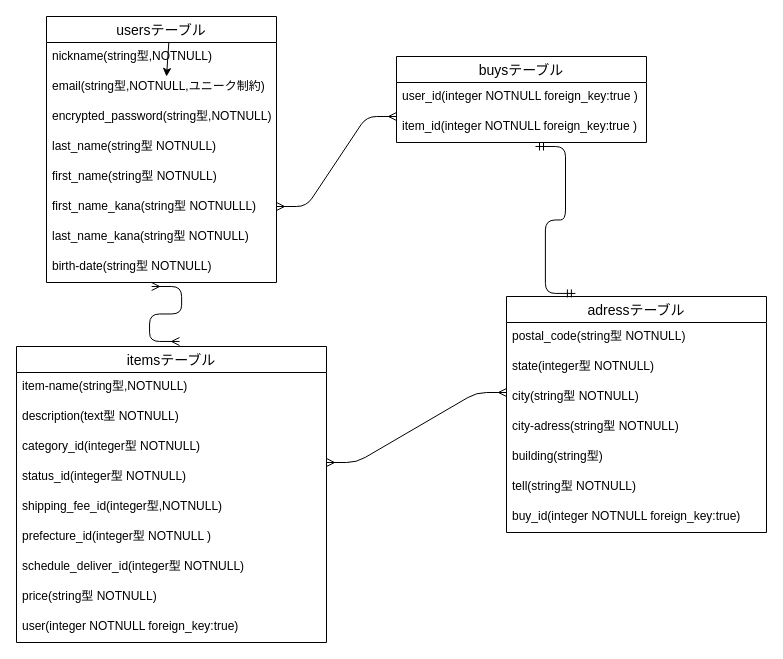
mintia0743/furima-40376 keeps this draw.io diagram as read me.dio. Above is the earlier version. Source tidied: cells renumbered, new cells numbered last; positions are measured from the earlier drawing's top-left corner, leaving out a move shared by most shapes. Both pictures are drawn from the tidied source at 100%, with x=0, y=0 at pixel (16, 16).
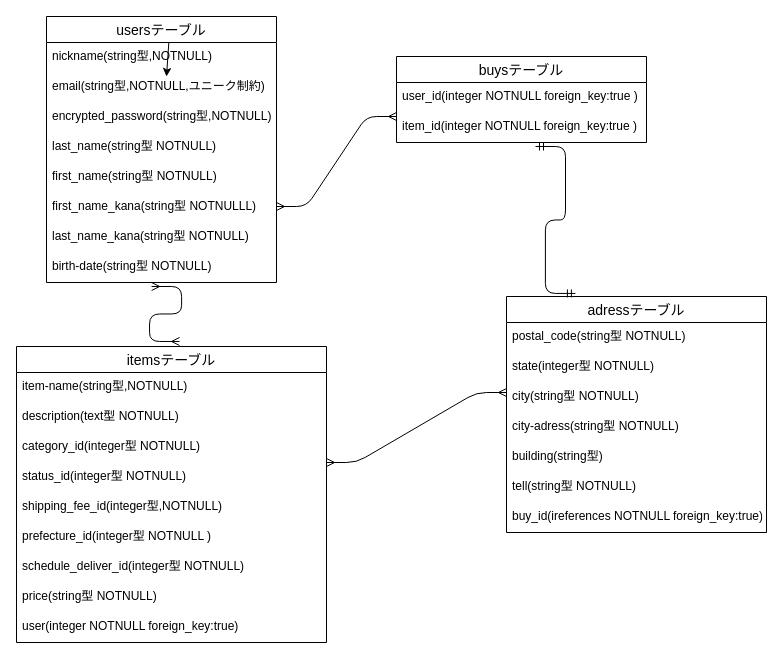
After the change.

The change refers to these unchanged cells:
```xml
<mxCell id="12" value="adressテーブル" style="swimlane;fontStyle=0;horizontal=1;startSize=26;align=center;fontSize=14;" parent="1" vertex="1">
  <mxGeometry x="490" y="280" width="260" height="236" as="geometry" />
</mxCell>
```

Change to the diagram source:
```diff
@@
-    <mxCell id="19" value="buy_id(integer NOTNULL foreign_key:true)" style="text;strokeColor=none;fillColor=none;spacingLeft=4;spacingRight=4;overflow=hidden;fontSize=12;" parent="12" vertex="1">
+    <mxCell id="19" value="buy_id(ireferences NOTNULL foreign_key:true)" style="text;strokeColor=none;fillColor=none;spacingLeft=4;spacingRight=4;overflow=hidden;fontSize=12;" parent="12" vertex="1">
       <mxGeometry y="206" width="260" height="30" as="geometry" />
     </mxCell>
```
